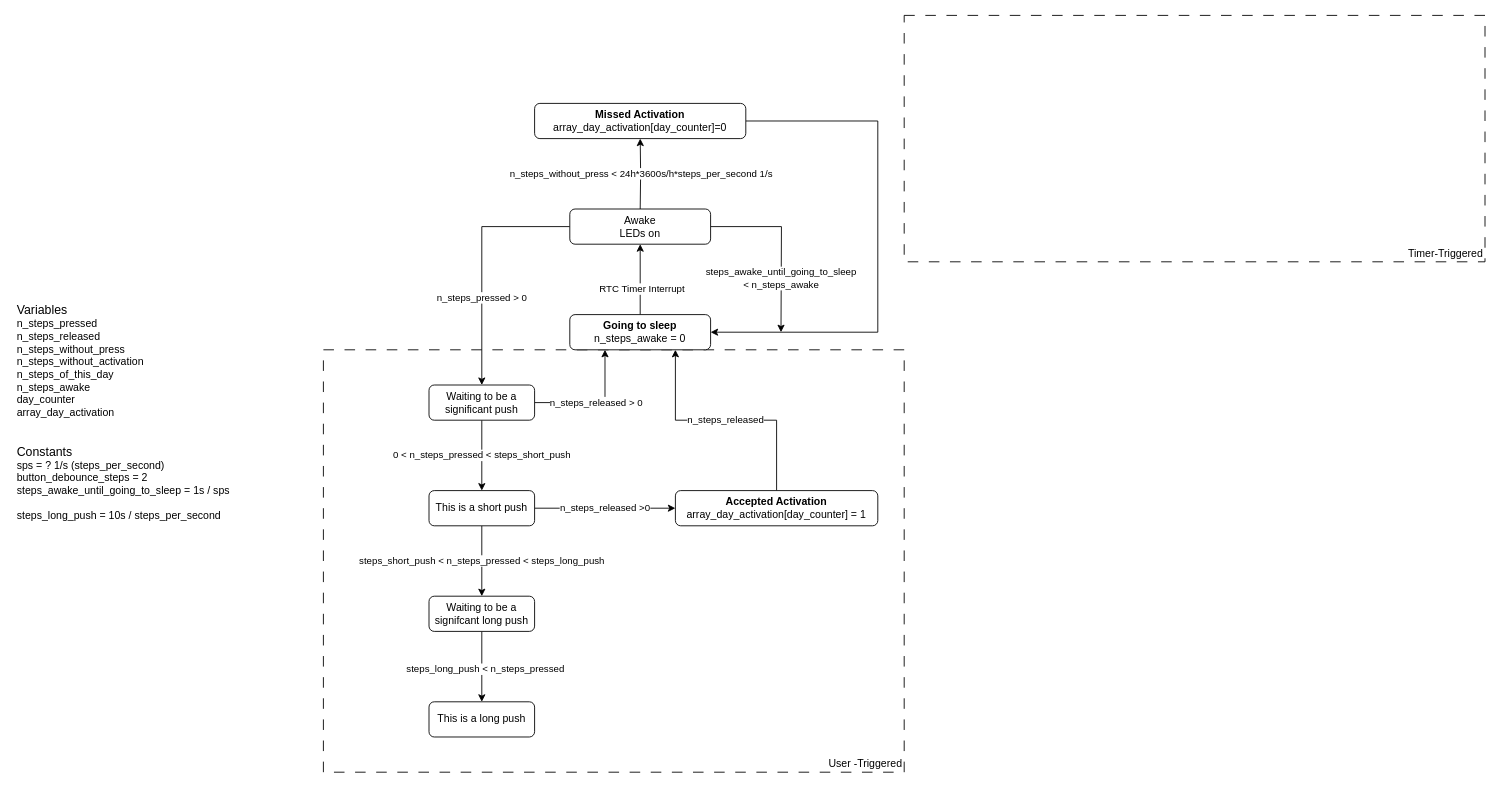
Earlier version of the draw.io diagram software/FSM_schema.drawio (losredoe132/h43it). Source tidied: cells renumbered, new cells numbered last; positions are measured from the earlier drawing's top-left corner, leaving out a move shared by most shapes. Both pictures are drawn from the tidied source at 88%, with x=0, y=0 at pixel (15, 15).
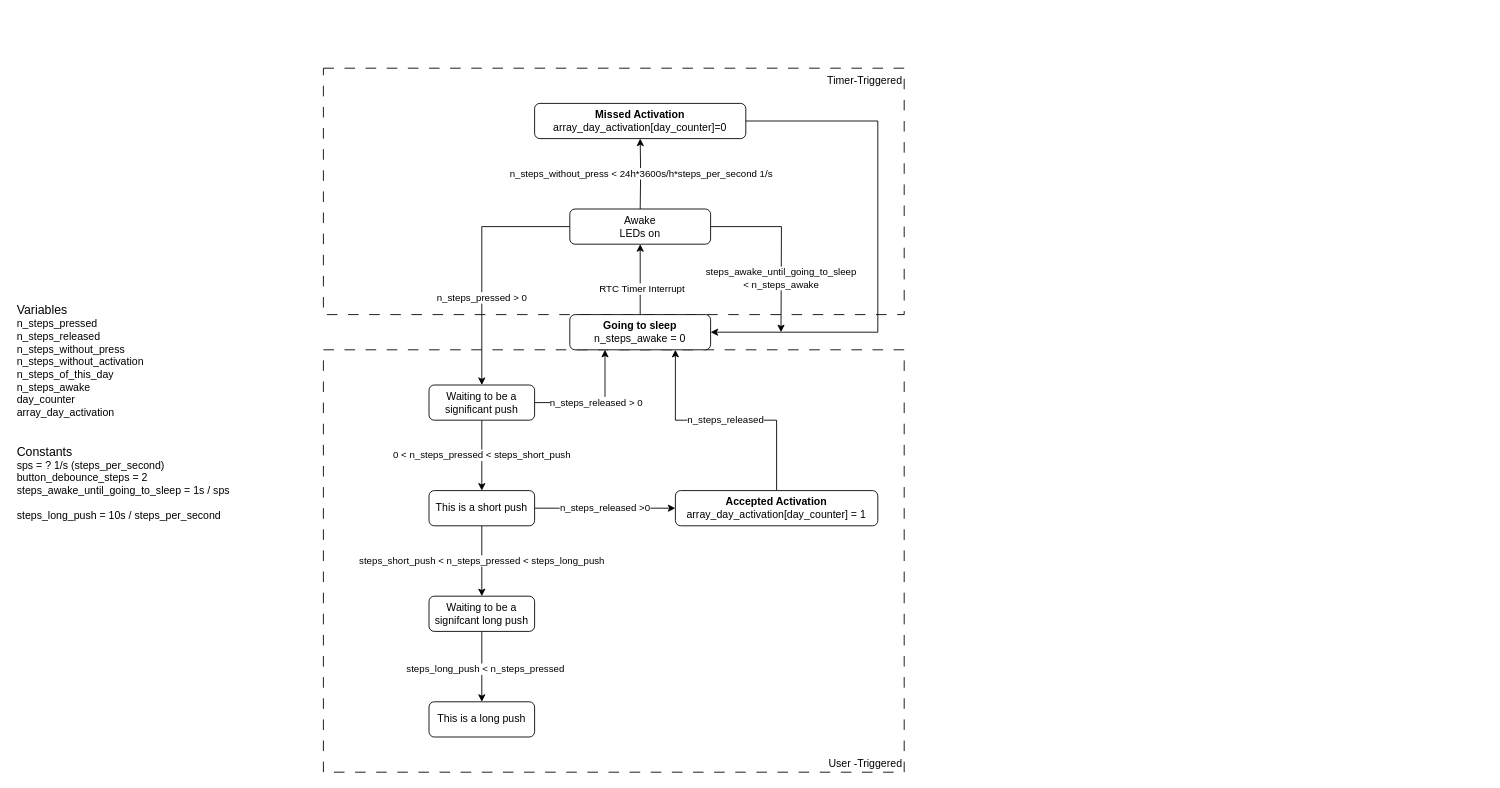
Above is the later version.

What changed in the source:
```diff
@@
-    <mxCell id="2" value="Timer-Triggered" style="rounded=0;whiteSpace=wrap;html=1;fillColor=none;dashed=1;dashPattern=12 12;align=right;verticalAlign=bottom;" parent="1" vertex="1">
-      <mxGeometry x="1010" width="660" height="280" as="geometry" />
+    <mxCell id="2" value="Timer-Triggered" style="rounded=0;whiteSpace=wrap;html=1;fillColor=none;dashed=1;dashPattern=12 12;align=right;verticalAlign=top;" parent="1" vertex="1">
+      <mxGeometry x="350" y="60" width="660" height="280" as="geometry" />
     </mxCell>
```
